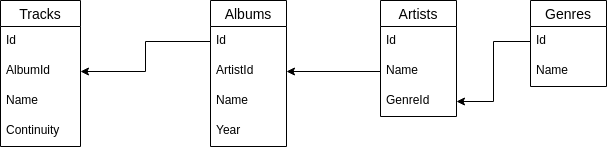
headsoft-mikhail/netology_db_1 keeps this draw.io diagram as Netology_DB_1.png. Above is the earlier version. Source tidied: cells renumbered, new cells last; positions are measured from the earlier drawing's top-left corner, leaving out a move shared by most shapes.
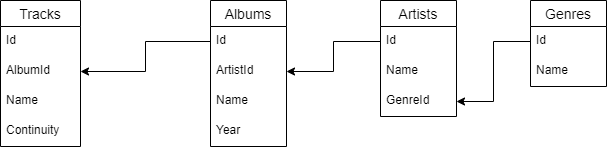
The same file after the commit.

Change to the diagram source:
```diff
@@ -44,7 +44,7 @@
     <mxCell id="15" value="GenreId" style="text;strokeColor=none;fillColor=none;spacingLeft=4;spacingRight=4;overflow=hidden;points=[[0,0.5],[1,0.5]];portConstraint=eastwest;fontSize=12;" parent="12" vertex="1">
       <mxGeometry y="86" width="76" height="30" as="geometry" />
     </mxCell>
-    <mxCell id="16" style="edgeStyle=orthogonalEdgeStyle;rounded=0;jettySize=auto;html=1;exitX=0;exitY=0.5;exitDx=0;exitDy=0;entryX=1;entryY=0.5;entryDx=0;entryDy=0;" parent="1" edge="1" source="14" target="9">
+    <mxCell id="16" style="edgeStyle=orthogonalEdgeStyle;rounded=0;jettySize=auto;html=1;exitX=0;exitY=0.5;exitDx=0;exitDy=0;entryX=1;entryY=0.5;entryDx=0;entryDy=0;" parent="1" edge="1" source="13" target="9">
       <mxGeometry relative="1" as="geometry" />
     </mxCell>
     <mxCell id="17" value="Genres" style="swimlane;fontStyle=0;horizontal=1;startSize=26;align=center;fontSize=14;" parent="1" vertex="1">
```
